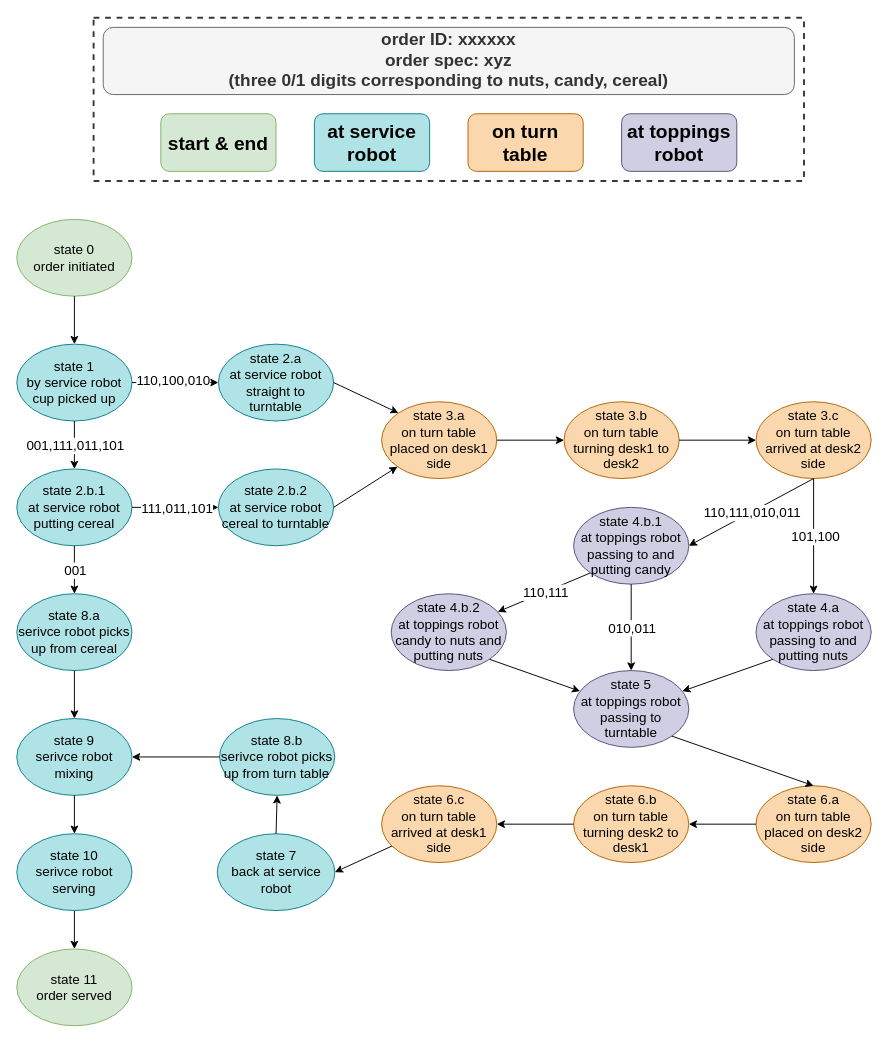
Earlier version of the draw.io diagram page "Page-2" (2 of 3) of state_machine_diagram.drawio (Ruoyu-Wu/MEAM520_final_project_mid_scheduler_draft). Source tidied: cells renumbered, new cells numbered last; positions are measured from the earlier drawing's top-left corner, leaving out a move shared by most shapes. Both pictures are drawn from the tidied source at 96%, with x=0, y=0 at pixel (16, 17).
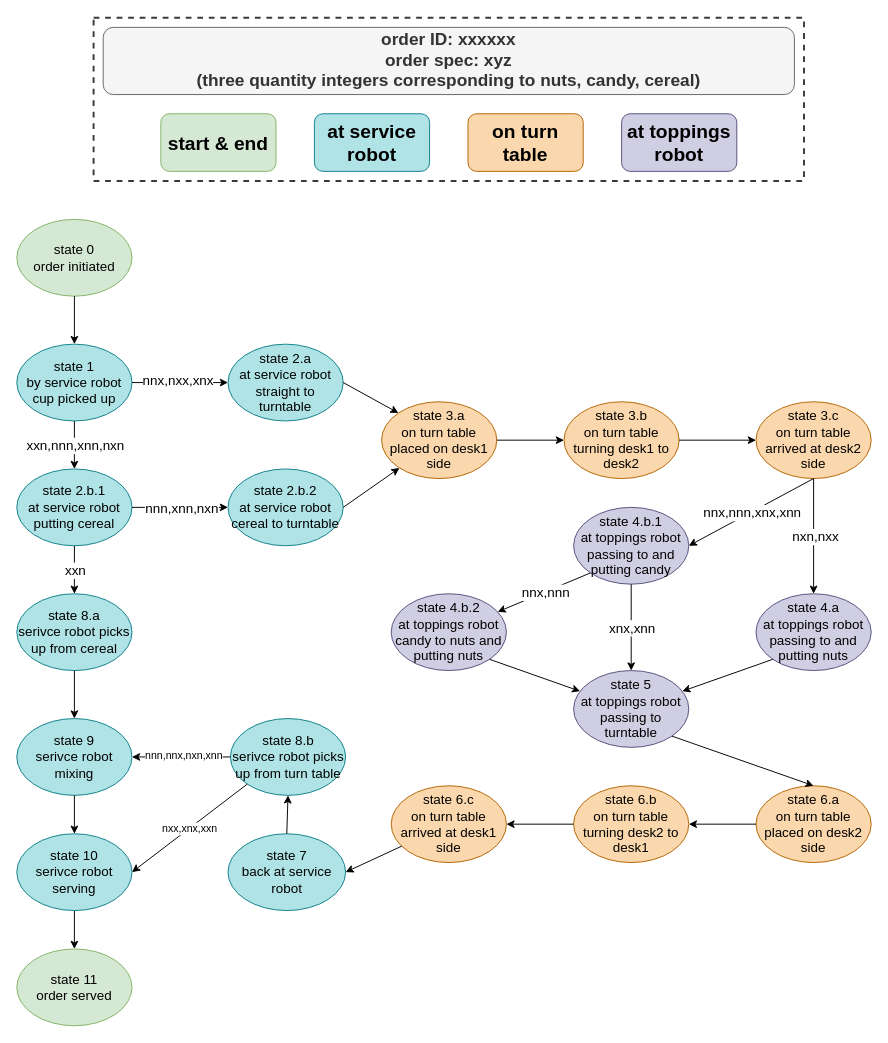
Above is the later version.

The change refers to these unchanged cells:
```xml
<mxCell id="11" style="endArrow=classic;html=1;rounded=0;exitX=1;exitY=0.5;exitDx=0;exitDy=0;entryX=0;entryY=0.5;entryDx=0;entryDy=0;fontSize=14;" parent="1" edge="1" source="4" target="47">
  <mxGeometry relative="1" as="geometry" />
</mxCell>
<mxCell id="13" style="endArrow=classic;html=1;rounded=0;exitX=0.5;exitY=1;exitDx=0;exitDy=0;entryX=0.5;entryY=0;entryDx=0;entryDy=0;fontSize=14;" parent="1" edge="1" source="4" target="5">
  <mxGeometry relative="1" as="geometry" />
</mxCell>
<mxCell id="15" style="endArrow=classic;html=1;rounded=0;exitX=1;exitY=0.5;exitDx=0;exitDy=0;entryX=0;entryY=0.5;entryDx=0;entryDy=0;fontSize=14;" parent="1" edge="1" source="5" target="6">
  <mxGeometry relative="1" as="geometry" />
</mxCell>
<mxCell id="17" style="endArrow=classic;html=1;rounded=0;entryX=0.5;entryY=0;entryDx=0;entryDy=0;exitX=0.5;exitY=1;exitDx=0;exitDy=0;fontSize=14;" parent="1" edge="1" source="5" target="35">
  <mxGeometry relative="1" as="geometry" />
</mxCell>
<mxCell id="23" style="endArrow=classic;html=1;rounded=0;exitX=0.5;exitY=1;exitDx=0;exitDy=0;entryX=1;entryY=0.5;entryDx=0;entryDy=0;fontSize=14;" parent="1" edge="1" source="19" target="20">
  <mxGeometry relative="1" as="geometry" />
</mxCell>
<mxCell id="25" style="endArrow=classic;html=1;rounded=0;exitX=0.5;exitY=1;exitDx=0;exitDy=0;entryX=0.5;entryY=0;entryDx=0;entryDy=0;fontSize=14;" parent="1" edge="1" source="19" target="21">
  <mxGeometry relative="1" as="geometry" />
</mxCell>
<mxCell id="27" style="endArrow=classic;html=1;rounded=0;exitX=0;exitY=1;exitDx=0;exitDy=0;fontSize=14;" parent="1" edge="1" source="20" target="22">
  <mxGeometry relative="1" as="geometry" />
</mxCell>
<mxCell id="49" style="endArrow=classic;html=1;rounded=0;exitX=0.5;exitY=1;exitDx=0;exitDy=0;entryX=0.5;entryY=0;entryDx=0;entryDy=0;fontSize=14;" parent="1" edge="1" source="20" target="7">
  <mxGeometry relative="1" as="geometry" />
</mxCell>
<mxCell id="56" value="state 10&lt;div&gt;serivce robot serving&lt;/div&gt;" style="ellipse;whiteSpace=wrap;html=1;fillColor=#b0e3e6;strokeColor=#0e8088;fontSize=14;" parent="1" vertex="1">
  <mxGeometry y="850" width="120" height="80" as="geometry" />
</mxCell>
<mxCell id="59" style="endArrow=classic;html=1;rounded=0;exitX=0;exitY=0.5;exitDx=0;exitDy=0;entryX=1;entryY=0.5;entryDx=0;entryDy=0;fontSize=14;" parent="1" edge="1" source="36" target="57">
  <mxGeometry relative="1" as="geometry" />
</mxCell>
```

Diff of the diagram source:
```diff
@@
-    <mxCell id="2" value="order ID: xxxxxx&lt;div&gt;order spec: xyz&lt;/div&gt;&lt;div&gt;(three 0/1 digits corresponding to nuts, candy, cereal)&lt;/div&gt;" style="rounded=1;whiteSpace=wrap;html=1;rotation=0;fillColor=#f5f5f5;fontColor=#333333;strokeColor=#666666;fontSize=18;fontStyle=1;" parent="1" vertex="1">
+    <mxCell id="2" value="order ID: xxxxxx&lt;div&gt;order spec: xyz&lt;/div&gt;&lt;div&gt;(three quantity integers corresponding to nuts, candy, cereal)&lt;/div&gt;" style="rounded=1;whiteSpace=wrap;html=1;rotation=0;fillColor=#f5f5f5;fontColor=#333333;strokeColor=#666666;fontSize=18;fontStyle=1;" parent="1" vertex="1">
       <mxGeometry x="90" y="10" width="720" height="70" as="geometry" />
     </mxCell>
@@
     <mxCell id="6" value="state 2.b.2&lt;div&gt;at service robot&lt;/div&gt;&lt;div&gt;cereal to turntable&lt;/div&gt;" style="ellipse;whiteSpace=wrap;html=1;fillColor=#b0e3e6;strokeColor=#0e8088;fontSize=14;" parent="1" vertex="1">
-      <mxGeometry x="210" y="470" width="120" height="80" as="geometry" />
+      <mxGeometry x="220" y="470" width="120" height="80" as="geometry" />
     </mxCell>
@@
-    <mxCell id="12" value="110,100,010" style="edgeLabel;html=1;align=center;verticalAlign=middle;fontSize=14;" parent="11" vertex="1">
+    <mxCell id="12" value="nnx,nxx,xnx" style="edgeLabel;html=1;align=center;verticalAlign=middle;fontSize=14;" parent="11" vertex="1">
       <mxGeometry x="0.1" y="-3" relative="1" as="geometry">
         <mxPoint x="-8" y="-6" as="offset" />
       </mxGeometry>
     </mxCell>
@@
-    <mxCell id="14" value="001,111,011,101" style="edgeLabel;html=1;align=center;verticalAlign=middle;fontSize=14;" parent="13" vertex="1">
+    <mxCell id="14" value="xxn,nnn,xnn,nxn" style="edgeLabel;html=1;align=center;verticalAlign=middle;fontSize=14;" parent="13" vertex="1">
       <mxGeometry relative="1" as="geometry" />
     </mxCell>
@@
-    <mxCell id="16" value="111,011,101" style="edgeLabel;html=1;align=center;verticalAlign=middle;fontSize=14;" parent="15" vertex="1">
+    <mxCell id="16" value="nnn,xnn,nxn" style="edgeLabel;html=1;align=center;verticalAlign=middle;fontSize=14;" parent="15" vertex="1">
       <mxGeometry relative="1" as="geometry">
         <mxPoint x="1" as="offset" />
       </mxGeometry>
     </mxCell>
@@
-    <mxCell id="18" value="001" style="edgeLabel;html=1;align=center;verticalAlign=middle;fontSize=14;" parent="17" vertex="1">
+    <mxCell id="18" value="xxn" style="edgeLabel;html=1;align=center;verticalAlign=middle;fontSize=14;" parent="17" vertex="1">
       <mxGeometry relative="1" as="geometry" />
     </mxCell>
@@
-    <mxCell id="24" value="110,111,&lt;span style=&quot;background-color: light-dark(#ffffff, var(--ge-dark-color, #121212)); color: light-dark(rgb(0, 0, 0), rgb(255, 255, 255));&quot;&gt;010,011&lt;/span&gt;" style="edgeLabel;html=1;align=center;verticalAlign=middle;fontSize=14;" parent="23" vertex="1">
+    <mxCell id="24" value="nnx,nnn,xnx&lt;span style=&quot;background-color: light-dark(#ffffff, var(--ge-dark-color, #121212)); color: light-dark(rgb(0, 0, 0), rgb(255, 255, 255));&quot;&gt;,xnn&lt;/span&gt;" style="edgeLabel;html=1;align=center;verticalAlign=middle;fontSize=14;" parent="23" vertex="1">
       <mxGeometry relative="1" as="geometry">
         <mxPoint x="1" as="offset" />
       </mxGeometry>
     </mxCell>
@@
-    <mxCell id="26" value="101,100" style="edgeLabel;html=1;align=center;verticalAlign=middle;fontSize=14;" parent="25" vertex="1">
+    <mxCell id="26" value="nxn,nxx" style="edgeLabel;html=1;align=center;verticalAlign=middle;fontSize=14;" parent="25" vertex="1">
       <mxGeometry relative="1" as="geometry">
         <mxPoint x="1" as="offset" />
       </mxGeometry>
     </mxCell>
@@
-    <mxCell id="28" value="110,111" style="edgeLabel;html=1;align=center;verticalAlign=middle;fontSize=14;" parent="27" vertex="1">
+    <mxCell id="28" value="nnx,nnn" style="edgeLabel;html=1;align=center;verticalAlign=middle;fontSize=14;" parent="27" vertex="1">
       <mxGeometry relative="1" as="geometry">
         <mxPoint x="1" as="offset" />
       </mxGeometry>
     </mxCell>
@@
     <mxCell id="33" value="state 6.c&lt;div&gt;on turn table&lt;/div&gt;&lt;div&gt;arrived at desk1 side&lt;/div&gt;" style="ellipse;whiteSpace=wrap;html=1;fillColor=#fad7ac;strokeColor=#b46504;fontSize=14;" parent="1" vertex="1">
-      <mxGeometry x="380" y="800" width="120" height="80" as="geometry" />
+      <mxGeometry x="390" y="800" width="120" height="80" as="geometry" />
     </mxCell>
     <mxCell id="34" value="state 7&lt;div&gt;back at service robot&lt;/div&gt;" style="ellipse;whiteSpace=wrap;html=1;fillColor=#b0e3e6;strokeColor=#0e8088;fontSize=14;" parent="1" vertex="1">
-      <mxGeometry x="208.8" y="850" width="122.5" height="80" as="geometry" />
+      <mxGeometry x="220" y="850" width="122.5" height="80" as="geometry" />
     </mxCell>
@@
     <mxCell id="36" value="state 8.b&lt;div&gt;serivce robot picks up from turn table&lt;/div&gt;" style="ellipse;whiteSpace=wrap;html=1;fillColor=#b0e3e6;strokeColor=#0e8088;fontSize=14;" parent="1" vertex="1">
-      <mxGeometry x="211.2" y="730" width="120" height="80" as="geometry" />
+      <mxGeometry x="222.5" y="730" width="120" height="80" as="geometry" />
     </mxCell>
@@
     <mxCell id="47" value="state 2.a&lt;div&gt;at service robot&lt;/div&gt;&lt;div&gt;straight to turntable&lt;/div&gt;" style="ellipse;whiteSpace=wrap;html=1;fillColor=#b0e3e6;strokeColor=#0e8088;fontSize=14;" parent="1" vertex="1">
-      <mxGeometry x="210" y="340" width="120" height="80" as="geometry" />
+      <mxGeometry x="220" y="340" width="120" height="80" as="geometry" />
     </mxCell>
@@
-    <mxCell id="50" value="010,011" style="edgeLabel;html=1;align=center;verticalAlign=middle;fontSize=14;" parent="49" vertex="1">
+    <mxCell id="50" value="xnx,xnn" style="edgeLabel;html=1;align=center;verticalAlign=middle;fontSize=14;" parent="49" vertex="1">
       <mxGeometry relative="1" as="geometry" />
     </mxCell>
@@
+    <mxCell id="61" value="nnn,nnx,nxn,xnn" style="edgeLabel;html=1;align=center;verticalAlign=middle;" parent="59" vertex="1">
+      <mxGeometry x="-0.05" y="-2" relative="1" as="geometry" />
+    </mxCell>
@@
+    <mxCell id="62" style="endArrow=classic;html=1;rounded=0;exitX=0;exitY=1;exitDx=0;exitDy=0;entryX=1;entryY=0.5;entryDx=0;entryDy=0;" parent="1" edge="1" source="36" target="56">
+      <mxGeometry relative="1" as="geometry" />
+    </mxCell>
+    <mxCell id="63" value="nxx,xnx,xxn" style="edgeLabel;html=1;align=center;verticalAlign=middle;" parent="62" vertex="1">
+      <mxGeometry relative="1" as="geometry" />
+    </mxCell>
```
